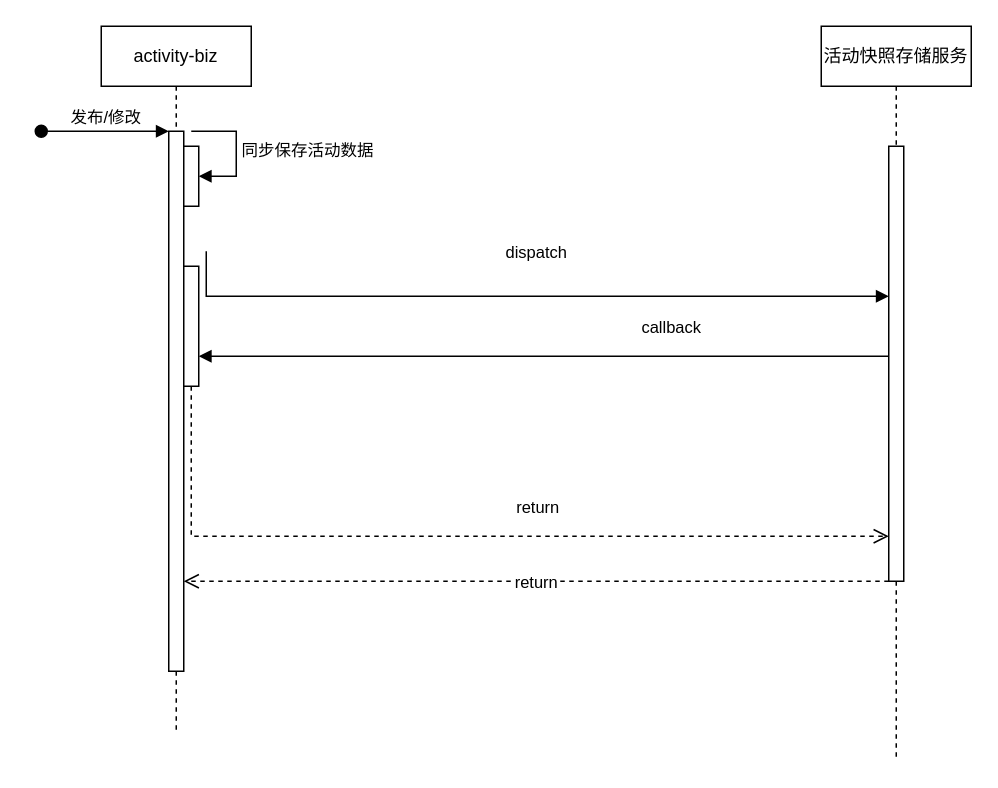
The draw.io diagram 活动快照时序.drawio in Luffybaga/draw, before the edit. Source tidied: cells renumbered, new cells numbered last; positions are measured from the earlier drawing's top-left corner, leaving out a move shared by most shapes. Both pictures are drawn from the tidied source at 150%, with x=0, y=0 at pixel (40, 26).
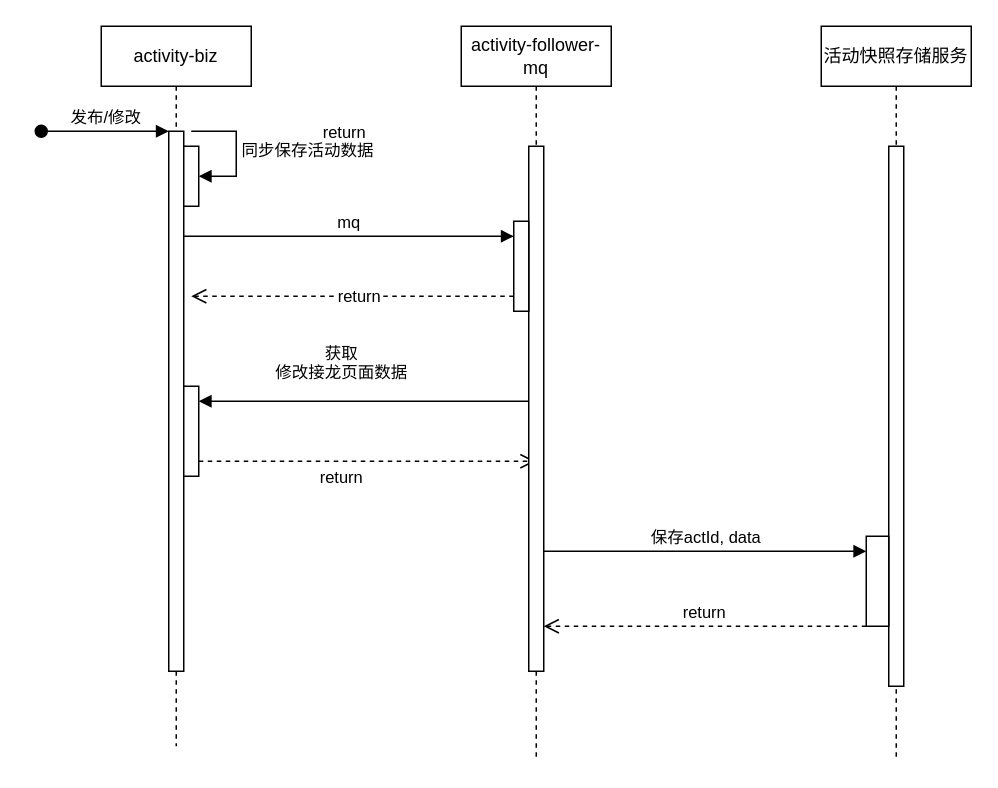
After the change.

Commit message (it also covers changes not shown here):
更新活动快照时序.drawio

The change refers to these unchanged cells:
```xml
<mxCell id="3" style="html=1;points=[];perimeter=orthogonalPerimeter;outlineConnect=0;targetShapes=umlLifeline;portConstraint=eastwest;newEdgeStyle={&quot;edgeStyle&quot;:&quot;elbowEdgeStyle&quot;,&quot;elbow&quot;:&quot;vertical&quot;,&quot;curved&quot;:0,&quot;rounded&quot;:0};" parent="2" vertex="1">
  <mxGeometry x="45" y="70" width="10" height="360" as="geometry" />
</mxCell>
<mxCell id="8" value="活动快照存储服务" style="shape=umlLifeline;perimeter=lifelinePerimeter;whiteSpace=wrap;html=1;newEdgeStyle={&quot;edgeStyle&quot;:&quot;elbowEdgeStyle&quot;,&quot;elbow&quot;:&quot;vertical&quot;,&quot;curved&quot;:0,&quot;rounded&quot;:0};" parent="1" vertex="1">
  <mxGeometry x="520" width="100" height="490" as="geometry" />
</mxCell>
```

Diff of the diagram source:
```diff
@@
     <mxCell id="2" value="activity-biz" style="shape=umlLifeline;perimeter=lifelinePerimeter;whiteSpace=wrap;html=1;newEdgeStyle={&quot;edgeStyle&quot;:&quot;elbowEdgeStyle&quot;,&quot;elbow&quot;:&quot;vertical&quot;,&quot;curved&quot;:0,&quot;rounded&quot;:0};" parent="1" vertex="1">
-      <mxGeometry x="40" width="100" height="470" as="geometry" />
+      <mxGeometry x="40" width="100" height="480" as="geometry" />
     </mxCell>
@@
-    <mxCell id="5" style="html=1;points=[];perimeter=orthogonalPerimeter;outlineConnect=0;targetShapes=umlLifeline;portConstraint=eastwest;newEdgeStyle={&quot;edgeStyle&quot;:&quot;elbowEdgeStyle&quot;,&quot;elbow&quot;:&quot;vertical&quot;,&quot;curved&quot;:0,&quot;rounded&quot;:0};" parent="2" vertex="1">
-      <mxGeometry x="55" y="160" width="10" height="80" as="geometry" />
-    </mxCell>
@@
+    <mxCell id="14" style="html=1;points=[];perimeter=orthogonalPerimeter;outlineConnect=0;targetShapes=umlLifeline;portConstraint=eastwest;newEdgeStyle={&quot;edgeStyle&quot;:&quot;elbowEdgeStyle&quot;,&quot;elbow&quot;:&quot;vertical&quot;,&quot;curved&quot;:0,&quot;rounded&quot;:0};" parent="2" vertex="1">
+      <mxGeometry x="55" y="240" width="10" height="60" as="geometry" />
+    </mxCell>
@@
     <mxCell id="9" style="html=1;points=[];perimeter=orthogonalPerimeter;outlineConnect=0;targetShapes=umlLifeline;portConstraint=eastwest;newEdgeStyle={&quot;edgeStyle&quot;:&quot;elbowEdgeStyle&quot;,&quot;elbow&quot;:&quot;vertical&quot;,&quot;curved&quot;:0,&quot;rounded&quot;:0};" parent="8" vertex="1">
-      <mxGeometry x="45" y="80" width="10" height="290" as="geometry" />
+      <mxGeometry x="45" y="80" width="10" height="360" as="geometry" />
     </mxCell>
-    <mxCell id="10" value="dispatch" style="html=1;verticalAlign=bottom;endArrow=block;edgeStyle=elbowEdgeStyle;elbow=vertical;curved=0;rounded=0;" parent="1" edge="1" target="9">
-      <mxGeometry x="0.03" y="20" relative="1" as="geometry">
-        <mxPoint x="110" y="150" as="sourcePoint" />
-        <Array as="points">
-          <mxPoint x="420" y="180" />
-        </Array>
-      </mxGeometry>
-    </mxCell>
-    <mxCell id="11" value="return" style="html=1;verticalAlign=bottom;endArrow=open;dashed=1;endSize=8;edgeStyle=elbowEdgeStyle;elbow=vertical;curved=0;rounded=0;" parent="1" edge="1" source="9" target="3">
-      <mxGeometry y="10" relative="1" as="geometry">
-        <Array as="points">
-          <mxPoint x="310" y="370" />
-          <mxPoint x="360" y="320" />
-          <mxPoint x="110" y="240" />
-        </Array>
-      </mxGeometry>
-    </mxCell>
+    <mxCell id="15" style="html=1;points=[];perimeter=orthogonalPerimeter;outlineConnect=0;targetShapes=umlLifeline;portConstraint=eastwest;newEdgeStyle={&quot;edgeStyle&quot;:&quot;elbowEdgeStyle&quot;,&quot;elbow&quot;:&quot;vertical&quot;,&quot;curved&quot;:0,&quot;rounded&quot;:0};" parent="8" vertex="1">
+      <mxGeometry x="30" y="340" width="15" height="60" as="geometry" />
+    </mxCell>
-    <mxCell id="12" value="callback" style="html=1;verticalAlign=bottom;endArrow=block;edgeStyle=elbowEdgeStyle;elbow=vertical;curved=0;rounded=0;" parent="1" edge="1" source="9" target="5">
-      <mxGeometry x="-0.37" y="-10" relative="1" as="geometry">
+    <mxCell id="12" value="获取&lt;br&gt;修改接龙页面数据" style="html=1;verticalAlign=bottom;endArrow=block;edgeStyle=elbowEdgeStyle;elbow=vertical;curved=0;rounded=0;" parent="1" edge="1" source="17" target="14">
+      <mxGeometry x="0.14" y="-10" relative="1" as="geometry">
         <Array as="points">
-          <mxPoint x="390" y="220" />
-          <mxPoint x="340" y="190" />
-          <mxPoint x="330" y="200" />
-          <mxPoint x="240" y="150" />
-          <mxPoint x="110" y="120" />
+          <mxPoint x="160" y="250" />
         </Array>
       </mxGeometry>
     </mxCell>
-    <mxCell id="13" value="return" style="html=1;verticalAlign=bottom;endArrow=open;dashed=1;endSize=8;edgeStyle=elbowEdgeStyle;elbow=vertical;curved=0;rounded=0;" parent="1" edge="1" source="5" target="9">
-      <mxGeometry x="0.17" y="10" relative="1" as="geometry">
+    <mxCell id="13" value="return" style="html=1;verticalAlign=bottom;endArrow=open;dashed=1;endSize=8;edgeStyle=elbowEdgeStyle;elbow=vertical;curved=0;rounded=0;" parent="1" edge="1" source="14" target="16">
+      <mxGeometry x="-0.15" y="-20" relative="1" as="geometry">
         <Array as="points">
-          <mxPoint x="370" y="340" />
-          <mxPoint x="400" y="280" />
-          <mxPoint x="390" y="290" />
-          <mxPoint x="190" y="200" />
+          <mxPoint x="250" y="290" />
+          <mxPoint x="200" y="300" />
         </Array>
       </mxGeometry>
     </mxCell>
+    <mxCell id="16" value="activity-follower-mq&lt;br&gt;" style="shape=umlLifeline;perimeter=lifelinePerimeter;whiteSpace=wrap;html=1;outlineConnect=0;portConstraint=eastwest;newEdgeStyle={&quot;edgeStyle&quot;:&quot;elbowEdgeStyle&quot;,&quot;elbow&quot;:&quot;vertical&quot;,&quot;curved&quot;:0,&quot;rounded&quot;:0};" parent="1" vertex="1">
+      <mxGeometry x="280" width="100" height="490" as="geometry" />
+    </mxCell>
+    <mxCell id="17" style="html=1;points=[];perimeter=orthogonalPerimeter;outlineConnect=0;targetShapes=umlLifeline;portConstraint=eastwest;newEdgeStyle={&quot;edgeStyle&quot;:&quot;elbowEdgeStyle&quot;,&quot;elbow&quot;:&quot;vertical&quot;,&quot;curved&quot;:0,&quot;rounded&quot;:0};" parent="16" vertex="1">
+      <mxGeometry x="45" y="80" width="10" height="350" as="geometry" />
+    </mxCell>
+    <mxCell id="18" style="html=1;points=[];perimeter=orthogonalPerimeter;outlineConnect=0;targetShapes=umlLifeline;portConstraint=eastwest;newEdgeStyle={&quot;edgeStyle&quot;:&quot;elbowEdgeStyle&quot;,&quot;elbow&quot;:&quot;vertical&quot;,&quot;curved&quot;:0,&quot;rounded&quot;:0};" parent="16" vertex="1">
+      <mxGeometry x="35" y="130" width="10" height="60" as="geometry" />
+    </mxCell>
+    <mxCell id="19" value="保存actId, data&lt;br&gt;" style="html=1;verticalAlign=bottom;endArrow=block;edgeStyle=elbowEdgeStyle;elbow=vertical;curved=0;rounded=0;" parent="1" edge="1" source="17" target="15">
+      <mxGeometry relative="1" as="geometry">
+        <Array as="points">
+          <mxPoint x="380" y="350" />
+        </Array>
+      </mxGeometry>
+    </mxCell>
+    <mxCell id="20" value="return" style="html=1;verticalAlign=bottom;endArrow=open;dashed=1;endSize=8;edgeStyle=elbowEdgeStyle;elbow=vertical;curved=0;rounded=0;" parent="1" edge="1" source="15" target="17">
+      <mxGeometry relative="1" as="geometry">
+        <Array as="points">
+          <mxPoint x="460" y="400" />
+        </Array>
+      </mxGeometry>
+    </mxCell>
+    <mxCell id="21" value="mq" style="html=1;verticalAlign=bottom;endArrow=block;edgeStyle=elbowEdgeStyle;elbow=vertical;curved=0;rounded=0;" parent="1" edge="1" source="3" target="18">
+      <mxGeometry relative="1" as="geometry">
+        <Array as="points">
+          <mxPoint x="300" y="140" />
+        </Array>
+      </mxGeometry>
+    </mxCell>
+    <mxCell id="22" value="return" style="html=1;verticalAlign=bottom;endArrow=open;dashed=1;endSize=8;edgeStyle=elbowEdgeStyle;elbow=vertical;curved=0;rounded=0;" parent="1" edge="1" source="18">
+      <mxGeometry x="0.05" y="-100" relative="1" as="geometry">
+        <mxPoint x="100" y="180" as="targetPoint" />
+        <Array as="points">
+          <mxPoint x="260" y="180" />
+          <mxPoint x="290" y="250" />
+        </Array>
+      </mxGeometry>
+    </mxCell>
+    <mxCell id="23" value="return" style="edgeLabel;html=1;align=center;verticalAlign=middle;" parent="22" vertex="1">
+      <mxGeometry x="-0.03" y="-1" relative="1" as="geometry" />
+    </mxCell>
```
